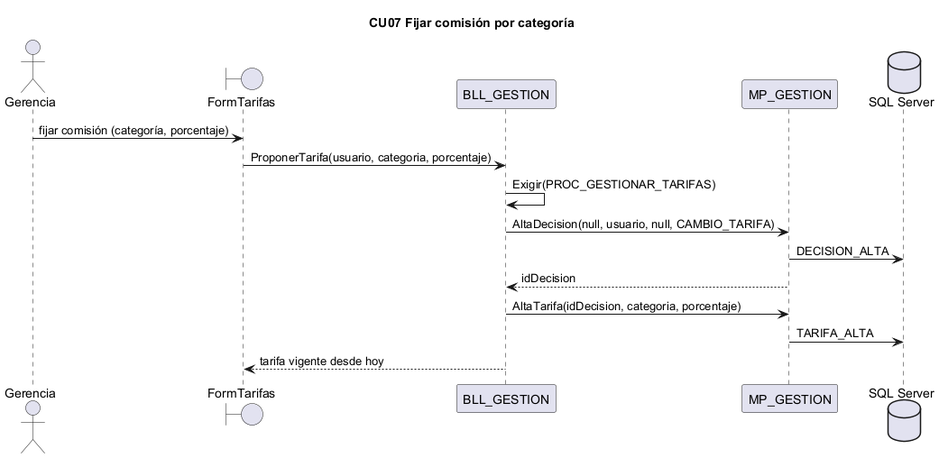
L-Muniz/uai-diploma_2026 keeps this PlantUML diagram as docs/diagramas/secuencias_png/CU07.png. Above is the earlier version.
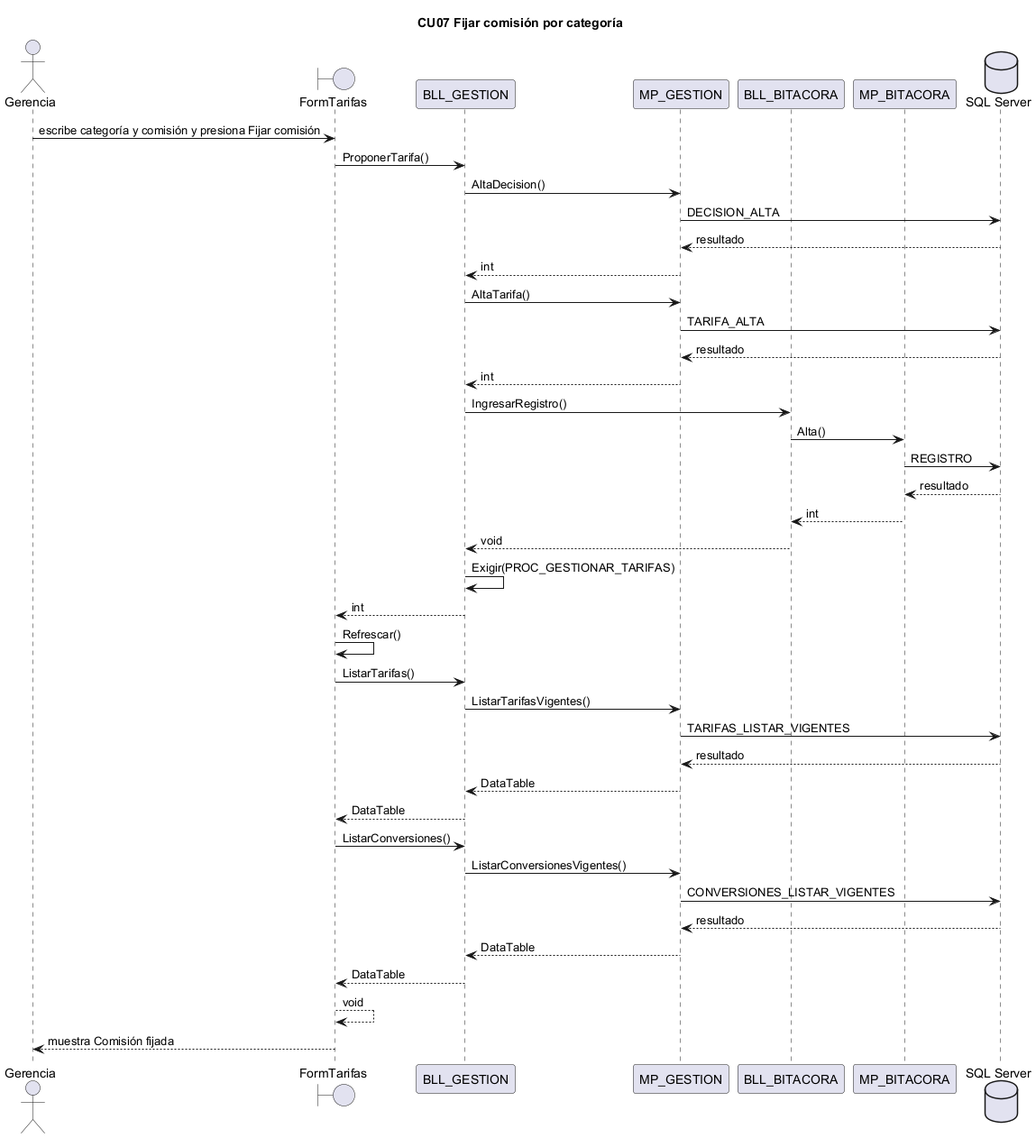
After the commit.

The edit, as a diff of the source:
```diff
@@ -1,17 +1,43 @@
 @startuml CU07
 title CU07 Fijar comisión por categoría
-actor Gerencia
-boundary "FormTarifas" as IU
-participant "BLL_GESTION" as BLL
-participant "MP_GESTION" as DAL
+actor "Gerencia" as ACT
+boundary FormTarifas
+participant BLL_GESTION
+participant MP_GESTION
+participant BLL_BITACORA
+participant MP_BITACORA
 database "SQL Server" as BD
-Gerencia -> IU : fijar comisión (categoría, porcentaje)
-IU -> BLL : ProponerTarifa(usuario, categoria, porcentaje)
-BLL -> BLL : Exigir(PROC_GESTIONAR_TARIFAS)
-BLL -> DAL : AltaDecision(null, usuario, null, CAMBIO_TARIFA)
-DAL -> BD : DECISION_ALTA
-DAL --> BLL : idDecision
-BLL -> DAL : AltaTarifa(idDecision, categoria, porcentaje)
-DAL -> BD : TARIFA_ALTA
-BLL --> IU : tarifa vigente desde hoy
+ACT -> FormTarifas : escribe categoría y comisión y presiona Fijar comisión
+FormTarifas -> BLL_GESTION : ProponerTarifa()
+BLL_GESTION -> MP_GESTION : AltaDecision()
+MP_GESTION -> BD : DECISION_ALTA
+BD --> MP_GESTION : resultado
+MP_GESTION --> BLL_GESTION : int
+BLL_GESTION -> MP_GESTION : AltaTarifa()
+MP_GESTION -> BD : TARIFA_ALTA
+BD --> MP_GESTION : resultado
+MP_GESTION --> BLL_GESTION : int
+BLL_GESTION -> BLL_BITACORA : IngresarRegistro()
+BLL_BITACORA -> MP_BITACORA : Alta()
+MP_BITACORA -> BD : REGISTRO
+BD --> MP_BITACORA : resultado
+MP_BITACORA --> BLL_BITACORA : int
+BLL_BITACORA --> BLL_GESTION : void
+BLL_GESTION -> BLL_GESTION : Exigir(PROC_GESTIONAR_TARIFAS)
+BLL_GESTION --> FormTarifas : int
+FormTarifas -> FormTarifas : Refrescar()
+FormTarifas -> BLL_GESTION : ListarTarifas()
+BLL_GESTION -> MP_GESTION : ListarTarifasVigentes()
+MP_GESTION -> BD : TARIFAS_LISTAR_VIGENTES
+BD --> MP_GESTION : resultado
+MP_GESTION --> BLL_GESTION : DataTable
+BLL_GESTION --> FormTarifas : DataTable
+FormTarifas -> BLL_GESTION : ListarConversiones()
+BLL_GESTION -> MP_GESTION : ListarConversionesVigentes()
+MP_GESTION -> BD : CONVERSIONES_LISTAR_VIGENTES
+BD --> MP_GESTION : resultado
+MP_GESTION --> BLL_GESTION : DataTable
+BLL_GESTION --> FormTarifas : DataTable
+FormTarifas --> FormTarifas : void
+FormTarifas --> ACT : muestra Comisión fijada
 @enduml
```
